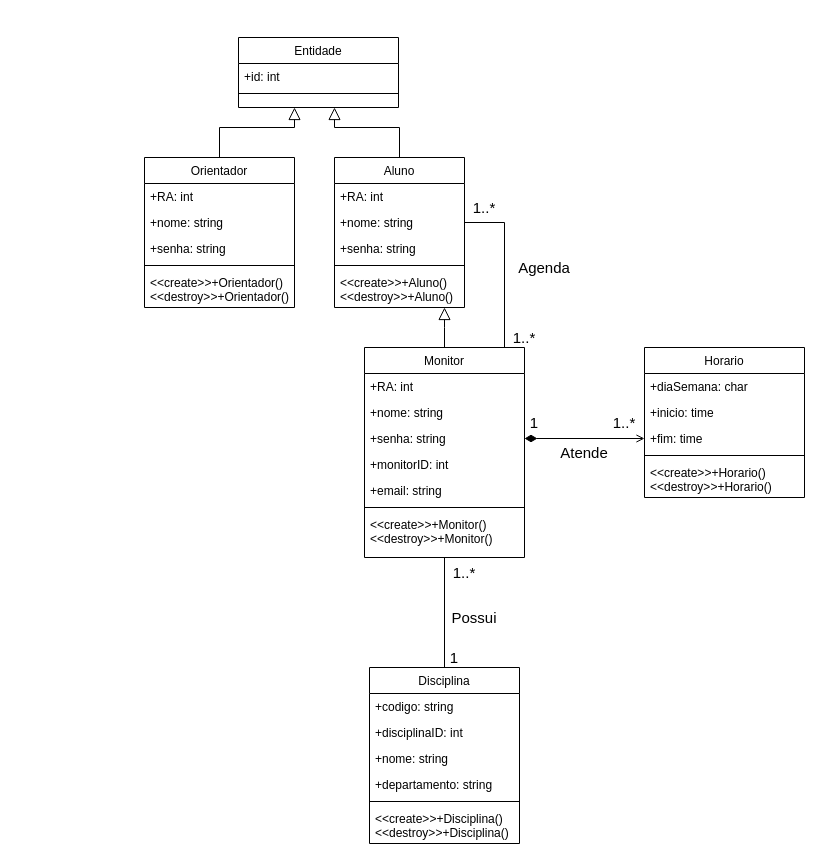
Above: Diagramas/Diagrama de classes.drawio in guilherme9718/monitoria-rapida (draw.io), before the change. Source tidied: cells renumbered, new cells numbered last; positions are measured from the earlier drawing's top-left corner, leaving out a move shared by most shapes. Both pictures are drawn from the tidied source at 100%, with x=0, y=0 at pixel (144, 37).
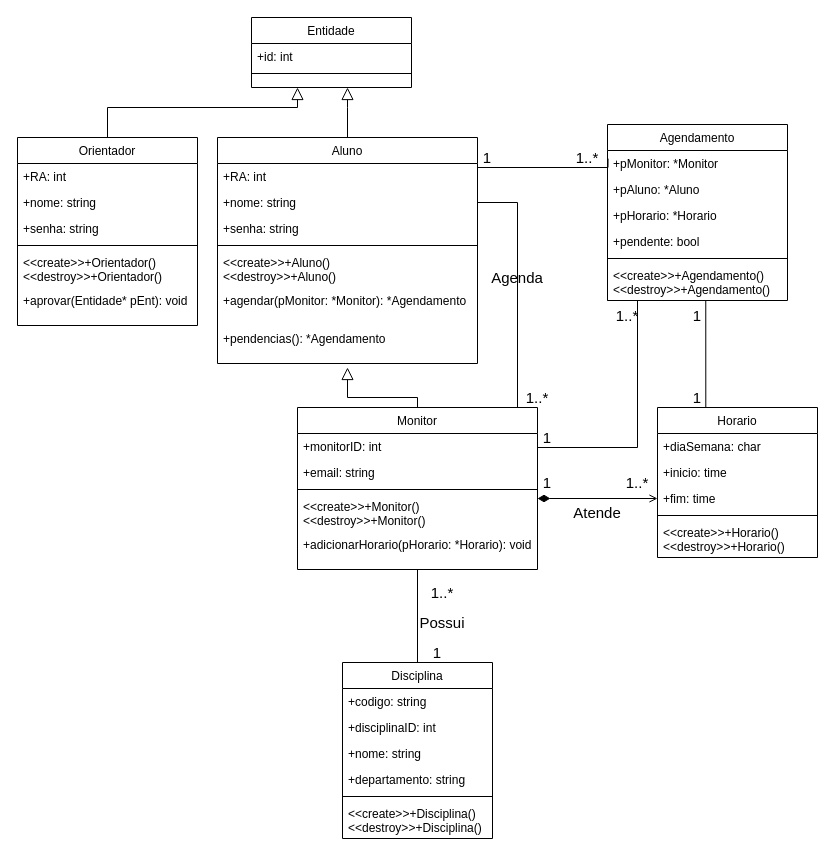
The same diagram, later.

Unchanged cells that the change refers to:
```xml
<mxCell id="30" value="+fim: time" style="text;align=left;verticalAlign=top;spacingLeft=4;spacingRight=4;overflow=hidden;points=[[0,0.5],[1,0.5]];portConstraint=eastwest;" parent="27" vertex="1">
  <mxGeometry y="78" width="160" height="26" as="geometry" />
</mxCell>
```

Diff of the diagram source:
```diff
@@
     <mxCell id="2" value="Entidade" style="swimlane;fontStyle=0;align=center;verticalAlign=top;horizontal=1;startSize=26;rounded=0;shadow=0;strokeWidth=1;" parent="1" vertex="1">
-      <mxGeometry x="94" width="160" height="70" as="geometry" />
+      <mxGeometry x="107" y="-20" width="160" height="70" as="geometry" />
     </mxCell>
@@
     <mxCell id="5" value="Aluno" style="swimlane;fontStyle=0;align=center;verticalAlign=top;horizontal=1;startSize=26;rounded=0;shadow=0;strokeWidth=1;" parent="1" vertex="1">
-      <mxGeometry x="190" y="120" width="130" height="150" as="geometry" />
+      <mxGeometry x="73" y="100" width="260" height="226" as="geometry" />
     </mxCell>
     <mxCell id="6" value="+RA: int" style="text;align=left;verticalAlign=top;spacingLeft=4;spacingRight=4;overflow=hidden;" parent="5" vertex="1">
-      <mxGeometry y="26" width="130" height="26" as="geometry" />
+      <mxGeometry y="26" width="260" height="26" as="geometry" />
     </mxCell>
     <mxCell id="7" value="+nome: string" style="text;align=left;verticalAlign=top;spacingLeft=4;spacingRight=4;overflow=hidden;points=[[0,0.5],[1,0.5]];portConstraint=eastwest;rounded=0;shadow=0;html=0;" parent="5" vertex="1">
-      <mxGeometry y="52" width="130" height="26" as="geometry" />
+      <mxGeometry y="52" width="260" height="26" as="geometry" />
     </mxCell>
     <mxCell id="8" value="+senha: string" style="text;align=left;verticalAlign=top;spacingLeft=4;spacingRight=4;overflow=hidden;rounded=0;shadow=0;html=0;" parent="5" vertex="1">
-      <mxGeometry y="78" width="130" height="26" as="geometry" />
+      <mxGeometry y="78" width="260" height="26" as="geometry" />
     </mxCell>
     <mxCell id="9" style="line;html=1;strokeWidth=1;align=left;verticalAlign=middle;spacingTop=-1;spacingLeft=3;spacingRight=3;labelPosition=right;" parent="5" vertex="1">
-      <mxGeometry y="104" width="130" height="8" as="geometry" />
+      <mxGeometry y="104" width="260" height="8" as="geometry" />
     </mxCell>
     <mxCell id="10" value="&lt;&lt;create&gt;&gt;+Aluno()&#10;&lt;&lt;destroy&gt;&gt;+Aluno()" style="text;align=left;verticalAlign=top;spacingLeft=4;spacingRight=4;overflow=hidden;" parent="5" vertex="1">
-      <mxGeometry y="112" width="130" height="38" as="geometry" />
+      <mxGeometry y="112" width="260" height="38" as="geometry" />
     </mxCell>
+    <mxCell id="53" value="+agendar(pMonitor: *Monitor): *Agendamento" style="text;align=left;verticalAlign=top;spacingLeft=4;spacingRight=4;overflow=hidden;" parent="5" vertex="1">
+      <mxGeometry y="150" width="260" height="38" as="geometry" />
+    </mxCell>
+    <mxCell id="54" value="+pendencias(): *Agendamento" style="text;align=left;verticalAlign=top;spacingLeft=4;spacingRight=4;overflow=hidden;" parent="5" vertex="1">
+      <mxGeometry y="188" width="260" height="38" as="geometry" />
+    </mxCell>
     <mxCell id="11" value="Monitor" style="swimlane;fontStyle=0;align=center;verticalAlign=top;horizontal=1;startSize=26;rounded=0;shadow=0;strokeWidth=1;" parent="1" vertex="1">
-      <mxGeometry x="220" y="310" width="160" height="210" as="geometry" />
+      <mxGeometry x="153" y="370" width="240" height="162" as="geometry" />
     </mxCell>
-    <mxCell id="12" value="+RA: int" style="text;align=left;verticalAlign=top;spacingLeft=4;spacingRight=4;overflow=hidden;" parent="11" vertex="1">
-      <mxGeometry y="26" width="160" height="26" as="geometry" />
-    </mxCell>
-    <mxCell id="13" value="+nome: string" style="text;align=left;verticalAlign=top;spacingLeft=4;spacingRight=4;overflow=hidden;rounded=0;shadow=0;html=0;" parent="11" vertex="1">
-      <mxGeometry y="52" width="160" height="26" as="geometry" />
-    </mxCell>
-    <mxCell id="14" value="+senha: string" style="text;align=left;verticalAlign=top;spacingLeft=4;spacingRight=4;overflow=hidden;points=[[0,0.5],[1,0.5]];portConstraint=eastwest;rounded=0;shadow=0;html=0;" parent="11" vertex="1">
-      <mxGeometry y="78" width="160" height="26" as="geometry" />
-    </mxCell>
     <mxCell id="15" value="+monitorID: int" style="text;align=left;verticalAlign=top;spacingLeft=4;spacingRight=4;overflow=hidden;rounded=0;shadow=0;html=0;" parent="11" vertex="1">
-      <mxGeometry y="104" width="160" height="26" as="geometry" />
+      <mxGeometry y="26" width="240" height="26" as="geometry" />
     </mxCell>
     <mxCell id="16" value="+email: string" style="text;align=left;verticalAlign=top;spacingLeft=4;spacingRight=4;overflow=hidden;rounded=0;shadow=0;html=0;" parent="11" vertex="1">
-      <mxGeometry y="130" width="160" height="26" as="geometry" />
+      <mxGeometry y="52" width="240" height="26" as="geometry" />
     </mxCell>
     <mxCell id="17" style="line;html=1;strokeWidth=1;align=left;verticalAlign=middle;spacingTop=-1;spacingLeft=3;spacingRight=3;labelPosition=right;" parent="11" vertex="1">
-      <mxGeometry y="156" width="160" height="8" as="geometry" />
+      <mxGeometry y="78" width="240" height="8" as="geometry" />
     </mxCell>
     <mxCell id="18" value="&lt;&lt;create&gt;&gt;+Monitor()&#10;&lt;&lt;destroy&gt;&gt;+Monitor()" style="text;align=left;verticalAlign=top;spacingLeft=4;spacingRight=4;overflow=hidden;" parent="11" vertex="1">
-      <mxGeometry y="164" width="160" height="38" as="geometry" />
+      <mxGeometry y="86" width="240" height="38" as="geometry" />
     </mxCell>
+    <mxCell id="55" value="+adicionarHorario(pHorario: *Horario): void&#10;" style="text;align=left;verticalAlign=top;spacingLeft=4;spacingRight=4;overflow=hidden;" parent="11" vertex="1">
+      <mxGeometry y="124" width="240" height="38" as="geometry" />
+    </mxCell>
@@
     <mxCell id="20" value="Disciplina" style="swimlane;fontStyle=0;align=center;verticalAlign=top;horizontal=1;startSize=26;rounded=0;shadow=0;strokeWidth=1;" parent="1" vertex="1">
-      <mxGeometry x="225" y="630" width="150" height="176" as="geometry" />
+      <mxGeometry x="198" y="625" width="150" height="176" as="geometry" />
     </mxCell>
@@
     <mxCell id="27" value="Horario" style="swimlane;fontStyle=0;align=center;verticalAlign=top;horizontal=1;startSize=26;rounded=0;shadow=0;strokeWidth=1;" parent="1" vertex="1">
-      <mxGeometry x="500" y="310" width="160" height="150" as="geometry" />
+      <mxGeometry x="513" y="370" width="160" height="150" as="geometry" />
     </mxCell>
@@
     <mxCell id="33" value="Orientador" style="swimlane;fontStyle=0;align=center;verticalAlign=top;horizontal=1;startSize=26;rounded=0;shadow=0;strokeWidth=1;" parent="1" vertex="1">
-      <mxGeometry y="120" width="150" height="150" as="geometry" />
+      <mxGeometry x="-127" y="100" width="180" height="188" as="geometry" />
     </mxCell>
     <mxCell id="34" value="+RA: int" style="text;align=left;verticalAlign=top;spacingLeft=4;spacingRight=4;overflow=hidden;" parent="33" vertex="1">
-      <mxGeometry y="26" width="150" height="26" as="geometry" />
+      <mxGeometry y="26" width="180" height="26" as="geometry" />
     </mxCell>
     <mxCell id="35" value="+nome: string" style="text;align=left;verticalAlign=top;spacingLeft=4;spacingRight=4;overflow=hidden;rounded=0;shadow=0;html=0;" parent="33" vertex="1">
-      <mxGeometry y="52" width="150" height="26" as="geometry" />
+      <mxGeometry y="52" width="180" height="26" as="geometry" />
     </mxCell>
     <mxCell id="36" value="+senha: string" style="text;align=left;verticalAlign=top;spacingLeft=4;spacingRight=4;overflow=hidden;rounded=0;shadow=0;html=0;" parent="33" vertex="1">
-      <mxGeometry y="78" width="150" height="26" as="geometry" />
+      <mxGeometry y="78" width="180" height="26" as="geometry" />
     </mxCell>
     <mxCell id="37" style="line;html=1;strokeWidth=1;align=left;verticalAlign=middle;spacingTop=-1;spacingLeft=3;spacingRight=3;labelPosition=right;" parent="33" vertex="1">
-      <mxGeometry y="104" width="150" height="8" as="geometry" />
+      <mxGeometry y="104" width="180" height="8" as="geometry" />
     </mxCell>
     <mxCell id="38" value="&lt;&lt;create&gt;&gt;+Orientador()&#10;&lt;&lt;destroy&gt;&gt;+Orientador()" style="text;align=left;verticalAlign=top;spacingLeft=4;spacingRight=4;overflow=hidden;" parent="33" vertex="1">
-      <mxGeometry y="112" width="150" height="38" as="geometry" />
+      <mxGeometry y="112" width="180" height="38" as="geometry" />
     </mxCell>
+    <mxCell id="56" value="+aprovar(Entidade* pEnt): void" style="text;align=left;verticalAlign=top;spacingLeft=4;spacingRight=4;overflow=hidden;" parent="33" vertex="1">
+      <mxGeometry y="150" width="180" height="38" as="geometry" />
+    </mxCell>
     <mxCell id="39" style="endArrow=block;endSize=10;endFill=0;shadow=0;strokeWidth=1;rounded=0;edgeStyle=elbowEdgeStyle;elbow=vertical;exitX=0.5;exitY=0;exitDx=0;exitDy=0;" parent="1" edge="1" source="33">
       <mxGeometry relative="1" as="geometry">
-        <mxPoint x="150" y="70" as="targetPoint" />
+        <mxPoint x="153" y="50" as="targetPoint" />
         <Array as="points">
-          <mxPoint x="90" y="90" />
-          <mxPoint y="40" />
+          <mxPoint x="-7" y="70" />
+          <mxPoint x="-97" y="20" />
         </Array>
       </mxGeometry>
     </mxCell>
     <mxCell id="40" style="endArrow=block;endSize=10;endFill=0;shadow=0;strokeWidth=1;rounded=0;edgeStyle=elbowEdgeStyle;elbow=vertical;exitX=0.5;exitY=0;exitDx=0;exitDy=0;" parent="1" edge="1" source="5">
       <mxGeometry relative="1" as="geometry">
-        <mxPoint x="190" y="70" as="targetPoint" />
+        <mxPoint x="203" y="50" as="targetPoint" />
         <Array as="points">
-          <mxPoint x="230" y="90" />
+          <mxPoint x="243" y="70" />
         </Array>
       </mxGeometry>
     </mxCell>
     <mxCell id="41" style="endArrow=block;endSize=10;endFill=0;shadow=0;strokeWidth=1;rounded=0;edgeStyle=elbowEdgeStyle;elbow=vertical;exitX=0.5;exitY=0;exitDx=0;exitDy=0;" parent="1" edge="1" source="11">
       <mxGeometry relative="1" as="geometry">
-        <mxPoint x="300" y="270" as="targetPoint" />
+        <mxPoint x="203" y="330" as="targetPoint" />
+        <Array as="points">
+          <mxPoint x="220" y="360" />
+          <mxPoint x="250" y="350" />
+          <mxPoint x="203" y="330" />
+        </Array>
       </mxGeometry>
     </mxCell>
-    <mxCell id="42" style="edgeStyle=orthogonalEdgeStyle;rounded=0;jumpSize=6;jettySize=auto;html=1;exitX=1;exitY=0.5;exitDx=0;exitDy=0;startArrow=diamondThin;startFill=1;endArrow=open;endFill=0;endSize=6;strokeWidth=1;startSize=10;" parent="1" edge="1" source="14" target="30">
-      <mxGeometry relative="1" as="geometry" />
+    <mxCell id="42" style="edgeStyle=orthogonalEdgeStyle;rounded=0;jumpSize=6;jettySize=auto;html=1;startArrow=diamondThin;startFill=1;endArrow=open;endFill=0;endSize=6;strokeWidth=1;startSize=10;" parent="1" edge="1" target="30">
+      <mxGeometry relative="1" as="geometry">
+        <mxPoint x="393" y="461" as="sourcePoint" />
+        <Array as="points">
+          <mxPoint x="393" y="461" />
+        </Array>
+      </mxGeometry>
     </mxCell>
     <mxCell id="43" value="1..*" style="text;html=1;strokeColor=none;fillColor=none;align=center;verticalAlign=middle;whiteSpace=wrap;rounded=0;fontSize=15;" parent="1" vertex="1">
-      <mxGeometry x="460" y="375" width="40" height="20" as="geometry" />
+      <mxGeometry x="473" y="435" width="40" height="20" as="geometry" />
     </mxCell>
     <mxCell id="44" value="1" style="text;html=1;strokeColor=none;fillColor=none;align=center;verticalAlign=middle;whiteSpace=wrap;rounded=0;fontSize=15;" parent="1" vertex="1">
-      <mxGeometry x="370" y="375" width="40" height="20" as="geometry" />
+      <mxGeometry x="383" y="435" width="40" height="20" as="geometry" />
     </mxCell>
     <mxCell id="45" value="1" style="text;html=1;strokeColor=none;fillColor=none;align=center;verticalAlign=middle;whiteSpace=wrap;rounded=0;fontSize=15;" parent="1" vertex="1">
-      <mxGeometry x="290" y="610" width="40" height="20" as="geometry" />
+      <mxGeometry x="273" y="605" width="40" height="20" as="geometry" />
     </mxCell>
     <mxCell id="46" value="1..*" style="text;html=1;strokeColor=none;fillColor=none;align=center;verticalAlign=middle;whiteSpace=wrap;rounded=0;fontSize=15;" parent="1" vertex="1">
-      <mxGeometry x="300" y="525" width="40" height="20" as="geometry" />
+      <mxGeometry x="283" y="545" width="30" height="20" as="geometry" />
     </mxCell>
     <mxCell id="47" value="Atende" style="text;html=1;strokeColor=none;fillColor=none;align=center;verticalAlign=middle;whiteSpace=wrap;rounded=0;fontSize=15;" parent="1" vertex="1">
-      <mxGeometry x="420" y="405" width="40" height="20" as="geometry" />
+      <mxGeometry x="433" y="465" width="40" height="20" as="geometry" />
     </mxCell>
     <mxCell id="48" value="Possui" style="text;html=1;strokeColor=none;fillColor=none;align=center;verticalAlign=middle;whiteSpace=wrap;rounded=0;fontSize=15;" parent="1" vertex="1">
-      <mxGeometry x="310" y="570" width="40" height="20" as="geometry" />
+      <mxGeometry x="278" y="575" width="40" height="20" as="geometry" />
     </mxCell>
     <mxCell id="49" style="edgeStyle=orthogonalEdgeStyle;rounded=0;jumpSize=6;jettySize=auto;html=1;exitX=0;exitY=1;exitDx=0;exitDy=0;entryX=1;entryY=0.5;entryDx=0;entryDy=0;fontSize=15;startArrow=none;startFill=0;endArrow=none;endFill=0;startSize=10;endSize=6;strokeWidth=1;" parent="1" edge="1" source="52" target="7">
       <mxGeometry relative="1" as="geometry">
         <Array as="points">
-          <mxPoint x="360" y="185" />
+          <mxPoint x="373" y="165" />
         </Array>
       </mxGeometry>
     </mxCell>
     <mxCell id="50" value="Agenda" style="text;html=1;strokeColor=none;fillColor=none;align=center;verticalAlign=middle;whiteSpace=wrap;rounded=0;fontSize=15;" parent="1" vertex="1">
-      <mxGeometry x="380" y="220" width="40" height="20" as="geometry" />
+      <mxGeometry x="353" y="230" width="40" height="20" as="geometry" />
     </mxCell>
-    <mxCell id="51" value="1..*" style="text;html=1;strokeColor=none;fillColor=none;align=center;verticalAlign=middle;whiteSpace=wrap;rounded=0;fontSize=15;" parent="1" vertex="1">
-      <mxGeometry x="320" y="160" width="40" height="20" as="geometry" />
-    </mxCell>
     <mxCell id="52" value="1..*" style="text;html=1;strokeColor=none;fillColor=none;align=center;verticalAlign=middle;whiteSpace=wrap;rounded=0;fontSize=15;" parent="1" vertex="1">
-      <mxGeometry x="360" y="290" width="40" height="20" as="geometry" />
+      <mxGeometry x="373" y="350" width="40" height="20" as="geometry" />
     </mxCell>
+    <mxCell id="57" value="Agendamento" style="swimlane;fontStyle=0;align=center;verticalAlign=top;horizontal=1;startSize=26;rounded=0;shadow=0;strokeWidth=1;" parent="1" vertex="1">
+      <mxGeometry x="463" y="87" width="180" height="176" as="geometry" />
+    </mxCell>
+    <mxCell id="58" value="+pMonitor: *Monitor" style="text;align=left;verticalAlign=top;spacingLeft=4;spacingRight=4;overflow=hidden;points=[[0,0.5],[1,0.5]];portConstraint=eastwest;" parent="57" vertex="1">
+      <mxGeometry y="26" width="180" height="26" as="geometry" />
+    </mxCell>
+    <mxCell id="59" value="+pAluno: *Aluno" style="text;align=left;verticalAlign=top;spacingLeft=4;spacingRight=4;overflow=hidden;" parent="57" vertex="1">
+      <mxGeometry y="52" width="180" height="26" as="geometry" />
+    </mxCell>
+    <mxCell id="60" style="edgeStyle=orthogonalEdgeStyle;rounded=0;jumpSize=6;jettySize=auto;html=1;exitX=0;exitY=1;exitDx=0;exitDy=0;fontSize=15;startArrow=none;startFill=0;endArrow=none;endFill=0;startSize=10;endSize=6;strokeWidth=1;entryX=0.546;entryY=1.005;entryDx=0;entryDy=0;entryPerimeter=0;" parent="57" edge="1" target="64">
+      <mxGeometry relative="1" as="geometry">
+        <mxPoint x="140" y="283" as="sourcePoint" />
+        <Array as="points">
+          <mxPoint x="98" y="283" />
+        </Array>
+      </mxGeometry>
+    </mxCell>
+    <mxCell id="61" value="+pHorario: *Horario" style="text;align=left;verticalAlign=top;spacingLeft=4;spacingRight=4;overflow=hidden;" parent="57" vertex="1">
+      <mxGeometry y="78" width="180" height="26" as="geometry" />
+    </mxCell>
+    <mxCell id="62" value="+pendente: bool" style="text;align=left;verticalAlign=top;spacingLeft=4;spacingRight=4;overflow=hidden;" parent="57" vertex="1">
+      <mxGeometry y="104" width="180" height="26" as="geometry" />
+    </mxCell>
+    <mxCell id="63" style="line;html=1;strokeWidth=1;align=left;verticalAlign=middle;spacingTop=-1;spacingLeft=3;spacingRight=3;labelPosition=right;" parent="57" vertex="1">
+      <mxGeometry y="130" width="180" height="8" as="geometry" />
+    </mxCell>
+    <mxCell id="64" value="&lt;&lt;create&gt;&gt;+Agendamento()&#10;&lt;&lt;destroy&gt;&gt;+Agendamento()" style="text;align=left;verticalAlign=top;spacingLeft=4;spacingRight=4;overflow=hidden;points=[[0,0.5],[1,0.5]];portConstraint=eastwest;" parent="57" vertex="1">
+      <mxGeometry y="138" width="180" height="38" as="geometry" />
+    </mxCell>
+    <mxCell id="65" style="edgeStyle=orthogonalEdgeStyle;rounded=0;jumpSize=6;jettySize=auto;html=1;exitX=0.003;exitY=0.313;exitDx=0;exitDy=0;fontSize=15;startArrow=none;startFill=0;endArrow=none;endFill=0;startSize=10;endSize=6;strokeWidth=1;exitPerimeter=0;" parent="1" edge="1" source="58" target="5">
+      <mxGeometry relative="1" as="geometry">
+        <Array as="points">
+          <mxPoint x="464" y="130" />
+        </Array>
+      </mxGeometry>
+    </mxCell>
+    <mxCell id="66" value="1" style="text;html=1;strokeColor=none;fillColor=none;align=center;verticalAlign=middle;whiteSpace=wrap;rounded=0;fontSize=15;" parent="1" vertex="1">
+      <mxGeometry x="323" y="110" width="40" height="20" as="geometry" />
+    </mxCell>
+    <mxCell id="67" value="1..*" style="text;html=1;strokeColor=none;fillColor=none;align=center;verticalAlign=middle;whiteSpace=wrap;rounded=0;fontSize=15;" parent="1" vertex="1">
+      <mxGeometry x="423" y="110" width="40" height="20" as="geometry" />
+    </mxCell>
+    <mxCell id="68" value="1" style="text;html=1;strokeColor=none;fillColor=none;align=center;verticalAlign=middle;whiteSpace=wrap;rounded=0;fontSize=15;" parent="1" vertex="1">
+      <mxGeometry x="533" y="268" width="40" height="20" as="geometry" />
+    </mxCell>
+    <mxCell id="69" value="1" style="text;html=1;strokeColor=none;fillColor=none;align=center;verticalAlign=middle;whiteSpace=wrap;rounded=0;fontSize=15;" parent="1" vertex="1">
+      <mxGeometry x="533" y="350" width="40" height="20" as="geometry" />
+    </mxCell>
+    <mxCell id="70" style="edgeStyle=orthogonalEdgeStyle;rounded=0;jumpSize=6;orthogonalLoop=1;jettySize=auto;html=1;fontSize=15;startArrow=none;startFill=0;endArrow=none;endFill=0;startSize=10;endSize=6;strokeWidth=1;entryX=0.546;entryY=1.005;entryDx=0;entryDy=0;entryPerimeter=0;exitX=1;exitY=0.5;exitDx=0;exitDy=0;" parent="1" edge="1">
+      <mxGeometry relative="1" as="geometry">
+        <mxPoint x="393" y="409" as="sourcePoint" />
+        <mxPoint x="463" y="263" as="targetPoint" />
+        <Array as="points">
+          <mxPoint x="393" y="410" />
+          <mxPoint x="493" y="410" />
+          <mxPoint x="493" y="263" />
+        </Array>
+      </mxGeometry>
+    </mxCell>
+    <mxCell id="71" value="1..*" style="text;html=1;strokeColor=none;fillColor=none;align=center;verticalAlign=middle;whiteSpace=wrap;rounded=0;fontSize=15;" parent="1" vertex="1">
+      <mxGeometry x="463" y="268" width="40" height="20" as="geometry" />
+    </mxCell>
+    <mxCell id="72" value="1" style="text;html=1;strokeColor=none;fillColor=none;align=center;verticalAlign=middle;whiteSpace=wrap;rounded=0;fontSize=15;" parent="1" vertex="1">
+      <mxGeometry x="383" y="390" width="40" height="20" as="geometry" />
+    </mxCell>
```
